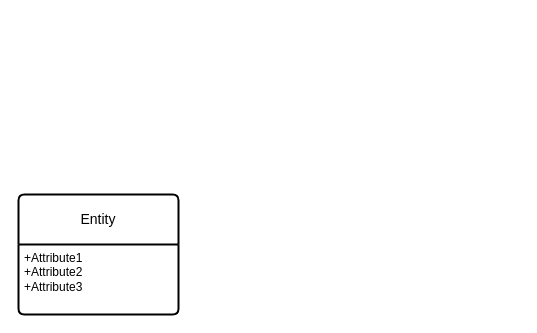
Above: Premier_diagrame.drawio in HenriRenri/SAYNA-CULTUREG-PROJET1 (draw.io), before the change. Source tidied: cells renumbered, new cells numbered last; positions are measured from the earlier drawing's top-left corner, leaving out a move shared by most shapes. Both pictures are drawn from the tidied source at 100%, with x=0, y=0 at pixel (18, 194).
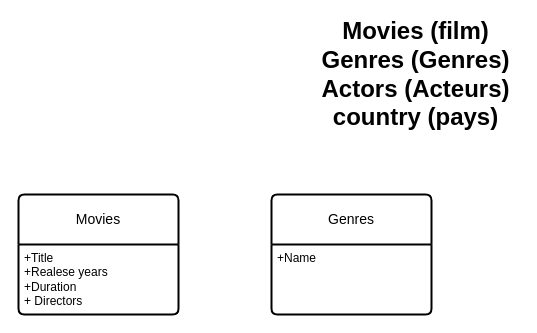
The same diagram, later.

Commit message (it also covers changes not shown here):
Mettre à jour Premier_diagrame.drawio

Change to the diagram source:
```diff
@@
 <mxGraphModel>
   <root>
     <mxCell id="0" />
     <mxCell id="1" parent="0" />
-    <mxCell id="2" value="Entity" style="swimlane;horizontal=1;startSize=50;rounded=1;fontSize=14;fontStyle=0;strokeWidth=2;shadow=0;dashed=0;align=center;arcSize=4;whiteSpace=wrap;html=1;" parent="1" vertex="1">
+    <mxCell id="2" value="Movies" style="swimlane;horizontal=1;startSize=50;rounded=1;fontSize=14;fontStyle=0;strokeWidth=2;shadow=0;dashed=0;align=center;arcSize=4;whiteSpace=wrap;html=1;" parent="1" vertex="1">
       <mxGeometry width="160" height="120" as="geometry" />
     </mxCell>
-    <mxCell id="3" value="+Attribute1&#10;+Attribute2&#10;+Attribute3" style="align=left;strokeColor=none;fillColor=none;spacingLeft=4;fontSize=12;verticalAlign=top;html=1;" parent="2" vertex="1">
+    <mxCell id="3" value="+Title&lt;br&gt;+Realese years&lt;br&gt;&lt;div&gt;+Duration&lt;/div&gt;&lt;div&gt;+ Directors&lt;br&gt;&lt;/div&gt;" style="align=left;strokeColor=none;fillColor=none;spacingLeft=4;fontSize=12;verticalAlign=top;html=1;" parent="2" vertex="1">
       <mxGeometry y="50" width="160" height="70" as="geometry" />
     </mxCell>
+    <mxCell id="4" value="&lt;div&gt;Movies (film)&lt;/div&gt;&lt;div&gt;Genres (Genres)&lt;/div&gt;&lt;div&gt;Actors (Acteurs)&lt;/div&gt;&lt;div&gt;country (pays)&lt;br&gt;&lt;/div&gt;" style="text;strokeColor=none;fillColor=none;html=1;fontSize=24;fontStyle=1;verticalAlign=middle;align=center;" parent="1" vertex="1">
+      <mxGeometry x="292" y="-140" width="210" height="40" as="geometry" />
+    </mxCell>
+    <mxCell id="5" value="Genres" style="swimlane;horizontal=1;startSize=50;rounded=1;fontSize=14;fontStyle=0;strokeWidth=2;shadow=0;dashed=0;align=center;arcSize=4;whiteSpace=wrap;html=1;" parent="1" vertex="1">
+      <mxGeometry x="253" width="160" height="120" as="geometry" />
+    </mxCell>
+    <mxCell id="6" value="+Name" style="align=left;strokeColor=none;fillColor=none;spacingLeft=4;fontSize=12;verticalAlign=top;html=1;" parent="5" vertex="1">
+      <mxGeometry y="50" width="160" height="70" as="geometry" />
+    </mxCell>
   </root>
 </mxGraphModel>
```
